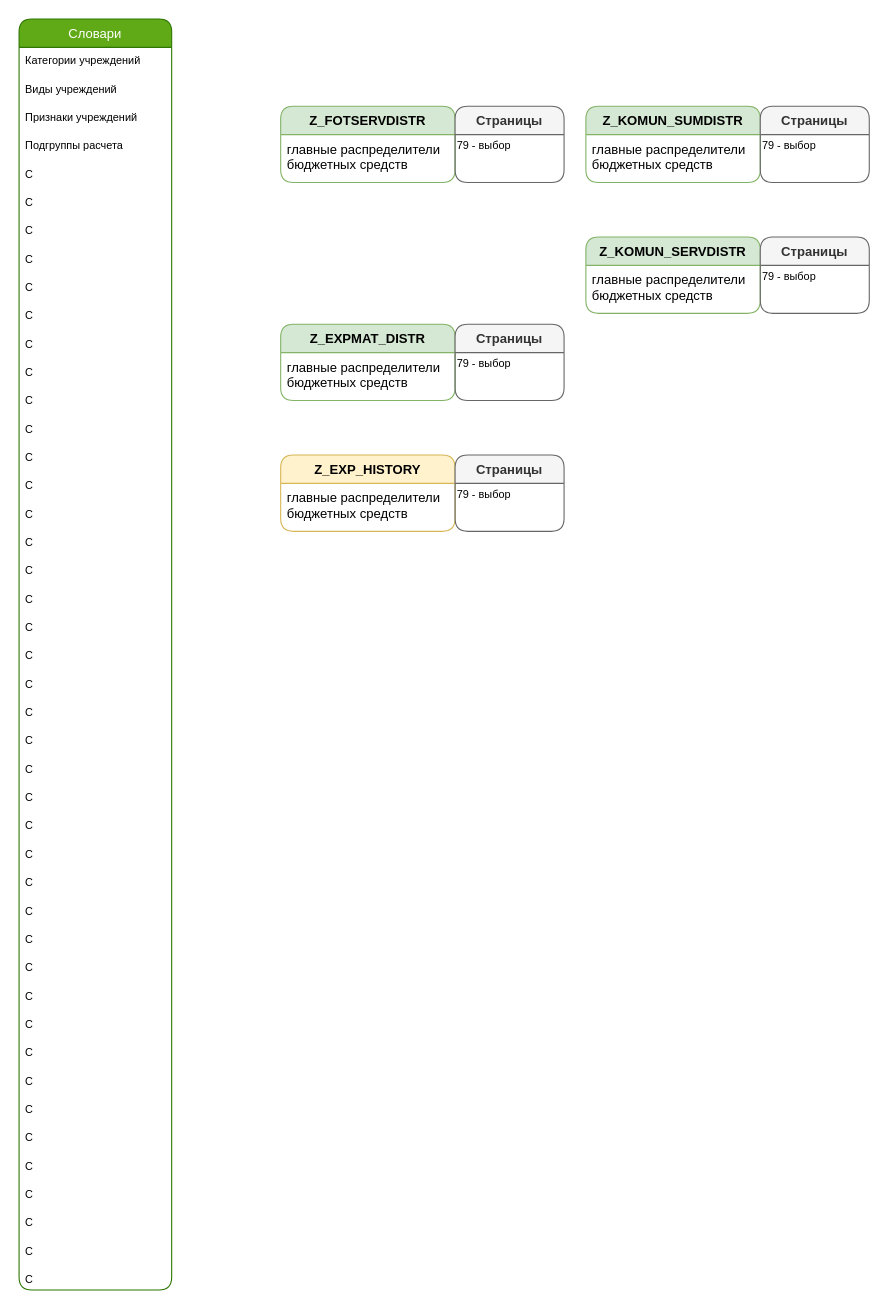
VasuaLun/ff keeps this draw.io diagram as page "Затраты(-)" (2 of 2) of Untitled Diagram.drawio. Above is the earlier version. Source tidied: cells renumbered, new cells numbered last; positions are measured from the earlier drawing's top-left corner, leaving out a move shared by most shapes. Both pictures are drawn from the tidied source at 109%, with x=0, y=0 at pixel (19, 19).
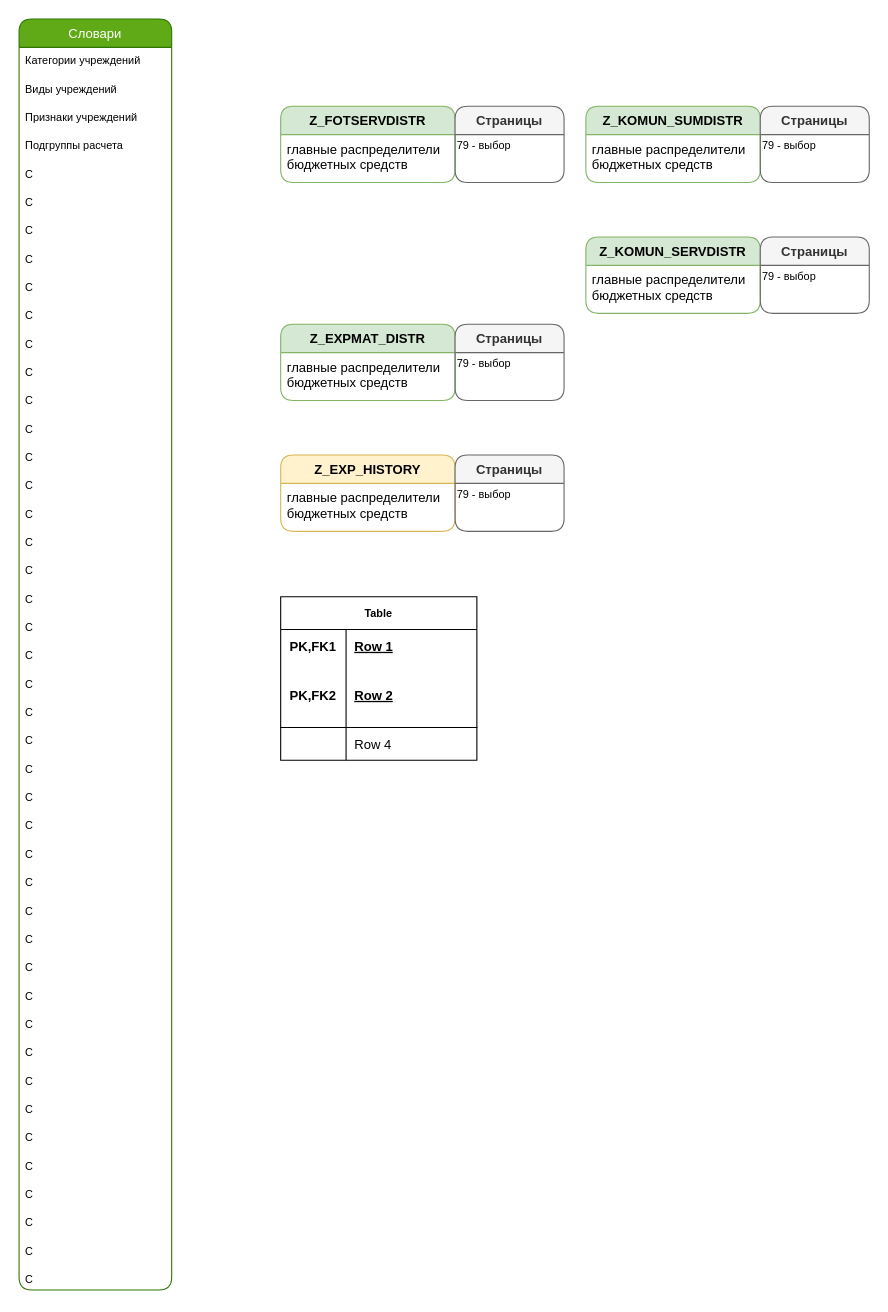
Above is the later version.

The edit, as a diff of the source:
```diff
@@
+    <mxCell id="77" value="Table" style="shape=table;startSize=30;childLayout=tableLayout;rowLines=0;fontStyle=1;align=center;fontSize=10;" parent="1" vertex="1">
+      <mxGeometry x="240" y="530" width="180" height="150" as="geometry" />
+    </mxCell>
+    <mxCell id="78" style="shape=partialRectangle;fillColor=none;top=0;left=0;bottom=0;right=0;" parent="77" vertex="1">
+      <mxGeometry y="30" width="180" height="30" as="geometry" />
+    </mxCell>
+    <mxCell id="79" value="PK,FK1" style="shape=partialRectangle;fillColor=none;top=0;left=0;bottom=0;right=0;fontStyle=1;overflow=hidden;" parent="78" vertex="1">
+      <mxGeometry width="60" height="30" as="geometry" />
+    </mxCell>
+    <mxCell id="80" value="Row 1" style="shape=partialRectangle;fillColor=none;top=0;left=0;bottom=0;right=0;align=left;spacingLeft=6;fontStyle=5;overflow=hidden;" parent="78" vertex="1">
+      <mxGeometry x="60" width="120" height="30" as="geometry" />
+    </mxCell>
+    <mxCell id="81" style="shape=partialRectangle;fillColor=none;top=0;left=0;bottom=1;right=0;" parent="77" vertex="1">
+      <mxGeometry y="60" width="180" height="60" as="geometry" />
+    </mxCell>
+    <mxCell id="82" value="PK,FK2" style="shape=partialRectangle;fillColor=none;top=0;left=0;bottom=0;right=0;fontStyle=1;overflow=hidden;" parent="81" vertex="1">
+      <mxGeometry width="60" height="60" as="geometry" />
+    </mxCell>
+    <mxCell id="83" value="Row 2" style="shape=partialRectangle;fillColor=none;top=0;left=0;bottom=0;right=0;align=left;spacingLeft=6;fontStyle=5;overflow=hidden;" parent="81" vertex="1">
+      <mxGeometry x="60" width="120" height="60" as="geometry" />
+    </mxCell>
+    <mxCell id="84" style="shape=partialRectangle;fillColor=none;top=0;left=0;bottom=0;right=0;" parent="77" vertex="1">
+      <mxGeometry y="120" width="180" height="30" as="geometry" />
+    </mxCell>
+    <mxCell id="85" style="shape=partialRectangle;fillColor=none;top=0;left=0;bottom=0;right=0;overflow=hidden;" parent="84" vertex="1">
+      <mxGeometry width="60" height="30" as="geometry" />
+    </mxCell>
+    <mxCell id="86" value="Row 4" style="shape=partialRectangle;fillColor=none;top=0;left=0;bottom=0;right=0;align=left;spacingLeft=6;overflow=hidden;" parent="84" vertex="1">
+      <mxGeometry x="60" width="120" height="30" as="geometry" />
+    </mxCell>
```
